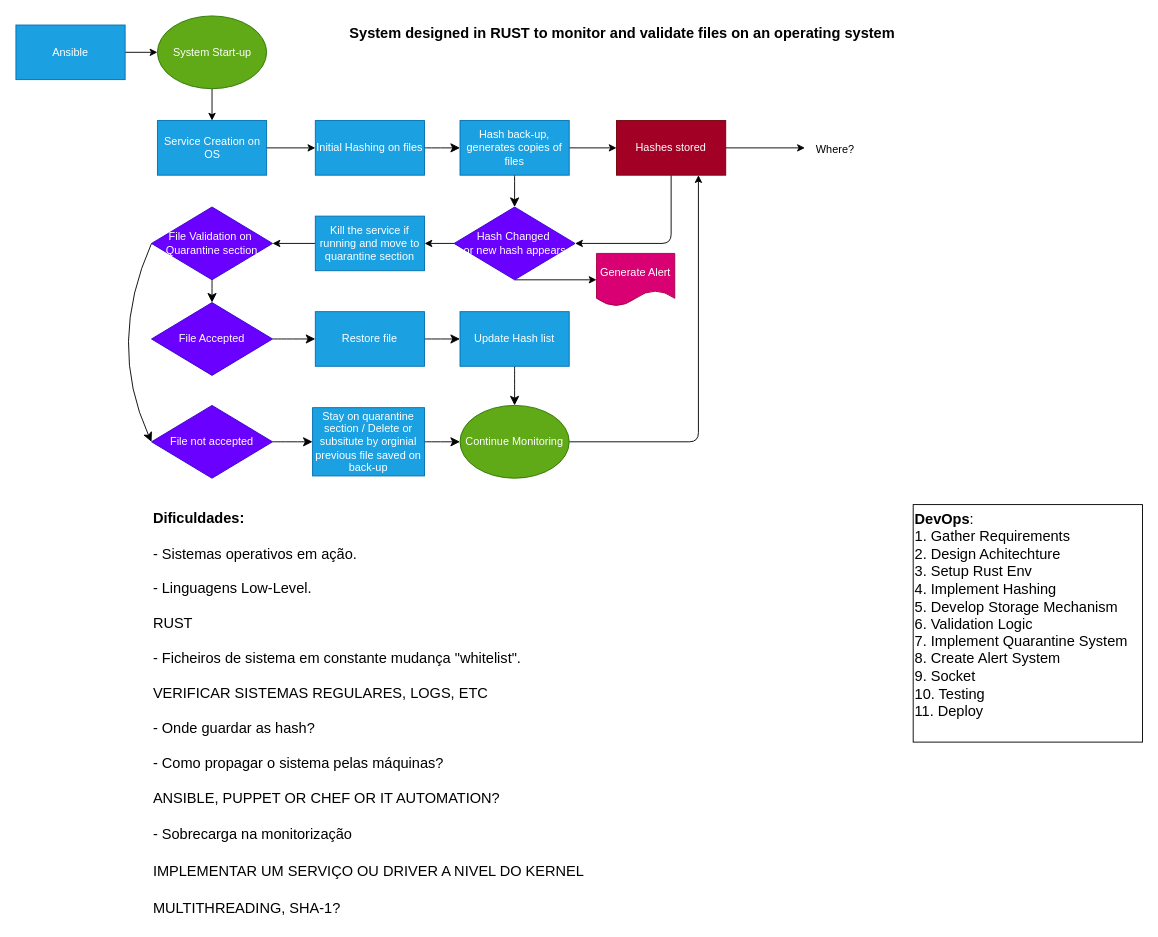
Before: planeamento/Untitled Diagram.drawio in mickeyhousee/LOCK, a draw.io diagram. Source tidied: cells renumbered, new cells numbered last; positions are measured from the earlier drawing's top-left corner, leaving out a move shared by most shapes. Both pictures are drawn from the tidied source at 91%, with x=0, y=0 at pixel (15, 15).
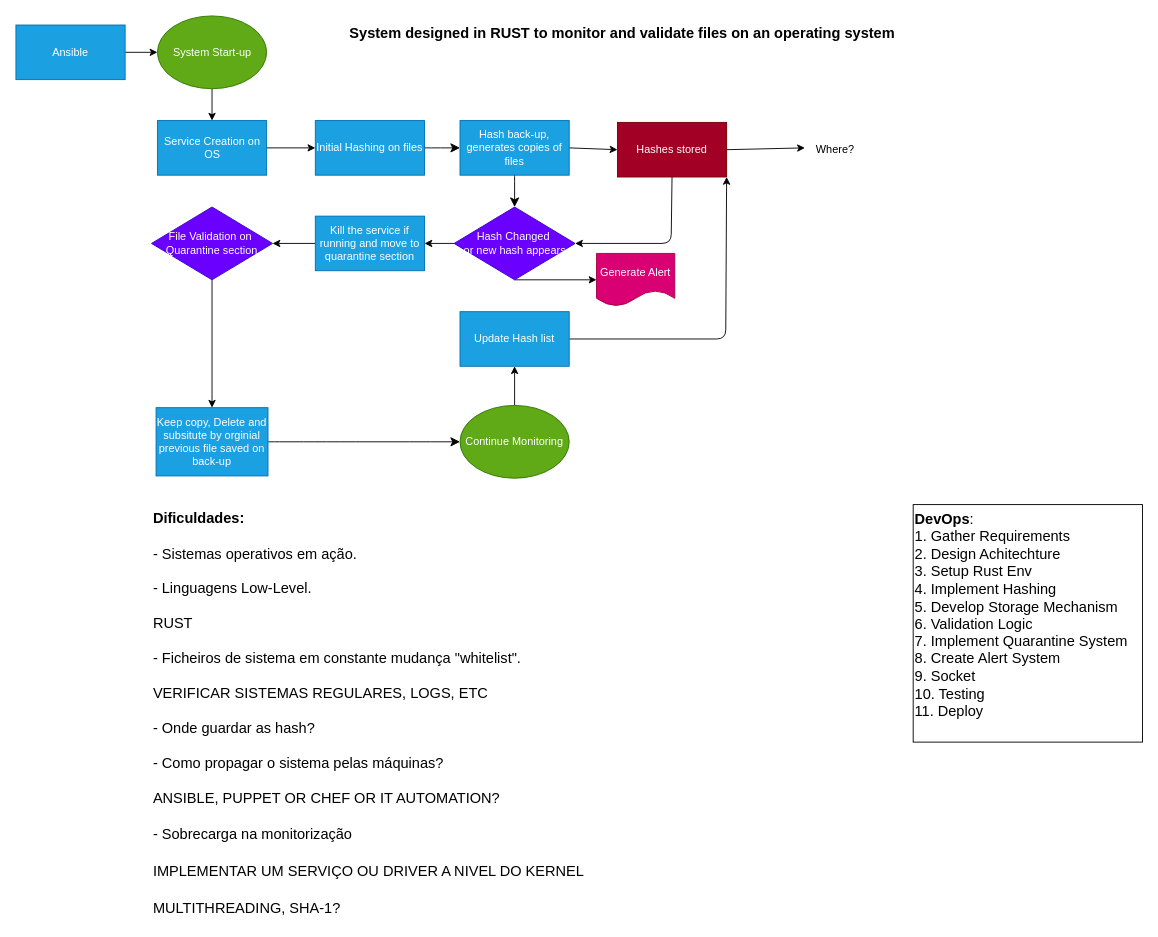
Above is the later version.

Unchanged cells that the change refers to:
```xml
<mxCell id="14" value="File Validation on&amp;nbsp;&lt;br&gt;Quarantine section" style="rhombus;whiteSpace=wrap;html=1;fillColor=#6a00ff;fontColor=#ffffff;strokeColor=#3700CC;" parent="1" vertex="1">
  <mxGeometry x="149" y="210" width="133" height="80" as="geometry" />
</mxCell>
<mxCell id="24" value="Update Hash list" style="rounded=0;whiteSpace=wrap;html=1;fillColor=#1ba1e2;fontColor=#ffffff;strokeColor=#006EAF;" parent="1" vertex="1">
  <mxGeometry x="488" y="325" width="120" height="60" as="geometry" />
</mxCell>
<mxCell id="26" value="Continue Monitoring" style="ellipse;whiteSpace=wrap;html=1;fillColor=#60a917;fontColor=#ffffff;strokeColor=#2D7600;" parent="1" vertex="1">
  <mxGeometry x="488" y="428" width="120" height="80" as="geometry" />
</mxCell>
```

Change to the diagram source:
```diff
@@
-    <mxCell id="12" style="edgeStyle=none;curved=1;rounded=0;jettySize=auto;html=1;exitX=0.5;exitY=1;exitDx=0;exitDy=0;entryX=0.5;entryY=0;entryDx=0;entryDy=0;fontSize=12;startSize=8;endSize=8;" parent="1" edge="1" source="14" target="16">
-      <mxGeometry relative="1" as="geometry" />
-    </mxCell>
-    <mxCell id="13" style="edgeStyle=none;curved=1;rounded=0;jettySize=auto;html=1;exitX=0;exitY=0.5;exitDx=0;exitDy=0;entryX=0;entryY=0.5;entryDx=0;entryDy=0;fontSize=12;startSize=8;endSize=8;" parent="1" edge="1" source="14" target="20">
-      <mxGeometry relative="1" as="geometry">
-        <Array as="points">
-          <mxPoint x="100" y="360" />
-        </Array>
-      </mxGeometry>
-    </mxCell>
+    <mxCell id="42" style="edgeStyle=none;html=1;exitX=0.5;exitY=1;exitDx=0;exitDy=0;entryX=0.5;entryY=0;entryDx=0;entryDy=0;" parent="1" edge="1" source="14" target="22">
+      <mxGeometry relative="1" as="geometry" />
+    </mxCell>
@@
-    <mxCell id="15" style="edgeStyle=none;curved=1;rounded=0;jettySize=auto;html=1;exitX=1;exitY=0.5;exitDx=0;exitDy=0;entryX=0;entryY=0.5;entryDx=0;entryDy=0;fontSize=12;startSize=8;endSize=8;" parent="1" edge="1" source="16" target="18">
-      <mxGeometry relative="1" as="geometry" />
-    </mxCell>
-    <mxCell id="16" value="File Accepted" style="rhombus;whiteSpace=wrap;html=1;fillColor=#6a00ff;fontColor=#ffffff;strokeColor=#3700CC;" parent="1" vertex="1">
-      <mxGeometry x="149" y="315" width="133" height="80" as="geometry" />
-    </mxCell>
-    <mxCell id="17" style="edgeStyle=none;curved=1;rounded=0;jettySize=auto;html=1;fontSize=12;startSize=8;endSize=8;" parent="1" edge="1" source="18" target="24">
-      <mxGeometry relative="1" as="geometry" />
-    </mxCell>
-    <mxCell id="18" value="Restore file" style="rounded=0;whiteSpace=wrap;html=1;fillColor=#1ba1e2;fontColor=#ffffff;strokeColor=#006EAF;" parent="1" vertex="1">
-      <mxGeometry x="329" y="325" width="120" height="60" as="geometry" />
-    </mxCell>
-    <mxCell id="19" style="edgeStyle=none;curved=1;rounded=0;jettySize=auto;html=1;exitX=1;exitY=0.5;exitDx=0;exitDy=0;entryX=0;entryY=0.5;entryDx=0;entryDy=0;fontSize=12;startSize=8;endSize=8;" parent="1" edge="1" source="20" target="22">
-      <mxGeometry relative="1" as="geometry" />
-    </mxCell>
-    <mxCell id="20" value="File not accepted" style="rhombus;whiteSpace=wrap;html=1;fillColor=#6a00ff;fontColor=#ffffff;strokeColor=#3700CC;" parent="1" vertex="1">
-      <mxGeometry x="149" y="428" width="133" height="80" as="geometry" />
-    </mxCell>
@@
-    <mxCell id="22" value="Stay on quarantine section / Delete or subsitute by orginial previous file saved on back-up" style="rounded=0;whiteSpace=wrap;html=1;fillColor=#1ba1e2;fontColor=#ffffff;strokeColor=#006EAF;" parent="1" vertex="1">
-      <mxGeometry x="326" y="430.5" width="123" height="75" as="geometry" />
+    <mxCell id="22" value="Keep copy, Delete and subsitute by orginial previous file saved on back-up" style="rounded=0;whiteSpace=wrap;html=1;fillColor=#1ba1e2;fontColor=#ffffff;strokeColor=#006EAF;" parent="1" vertex="1">
+      <mxGeometry x="154" y="430.5" width="123" height="75" as="geometry" />
     </mxCell>
-    <mxCell id="23" style="edgeStyle=none;curved=1;rounded=0;jettySize=auto;html=1;exitX=0.5;exitY=1;exitDx=0;exitDy=0;entryX=0.5;entryY=0;entryDx=0;entryDy=0;fontSize=12;startSize=8;endSize=8;" parent="1" edge="1" source="24" target="26">
-      <mxGeometry relative="1" as="geometry" />
-    </mxCell>
+    <mxCell id="43" style="edgeStyle=none;html=1;exitX=1;exitY=0.5;exitDx=0;exitDy=0;entryX=1;entryY=1;entryDx=0;entryDy=0;" parent="1" edge="1" source="24" target="31">
+      <mxGeometry relative="1" as="geometry">
+        <Array as="points">
+          <mxPoint x="780" y="355" />
+        </Array>
+      </mxGeometry>
+    </mxCell>
@@
-    <mxCell id="25" style="edgeStyle=none;html=1;entryX=0.75;entryY=1;entryDx=0;entryDy=0;" parent="1" edge="1" source="26" target="31">
-      <mxGeometry relative="1" as="geometry">
-        <Array as="points">
-          <mxPoint x="750" y="468" />
-        </Array>
-      </mxGeometry>
-    </mxCell>
+    <mxCell id="44" style="edgeStyle=none;html=1;exitX=0.5;exitY=0;exitDx=0;exitDy=0;entryX=0.5;entryY=1;entryDx=0;entryDy=0;" parent="1" edge="1" source="26" target="24">
+      <mxGeometry relative="1" as="geometry" />
+    </mxCell>
@@
     <mxCell id="31" value="Hashes stored" style="rounded=0;whiteSpace=wrap;html=1;fillColor=#a20025;fontColor=#ffffff;strokeColor=#6F0000;" parent="1" vertex="1">
-      <mxGeometry x="660" y="115" width="120" height="60" as="geometry" />
+      <mxGeometry x="661" y="117" width="120" height="60" as="geometry" />
     </mxCell>
```
